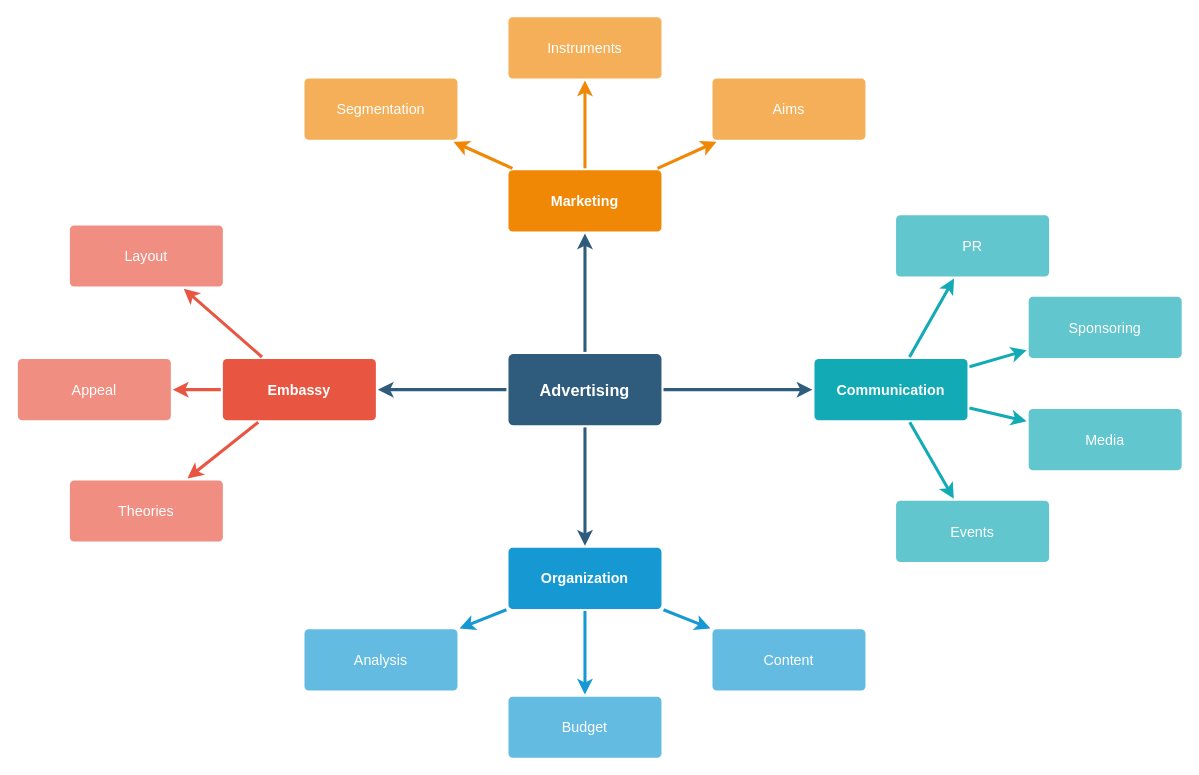
Above: flow/Untitled Diagram.drawio in atorzhang/Document (draw.io), before the change. Source tidied: cells renumbered, new cells numbered last; positions are measured from the earlier drawing's top-left corner, leaving out a move shared by most shapes. Both pictures are drawn from the tidied source at 102%, with x=0, y=0 at pixel (17, 16).
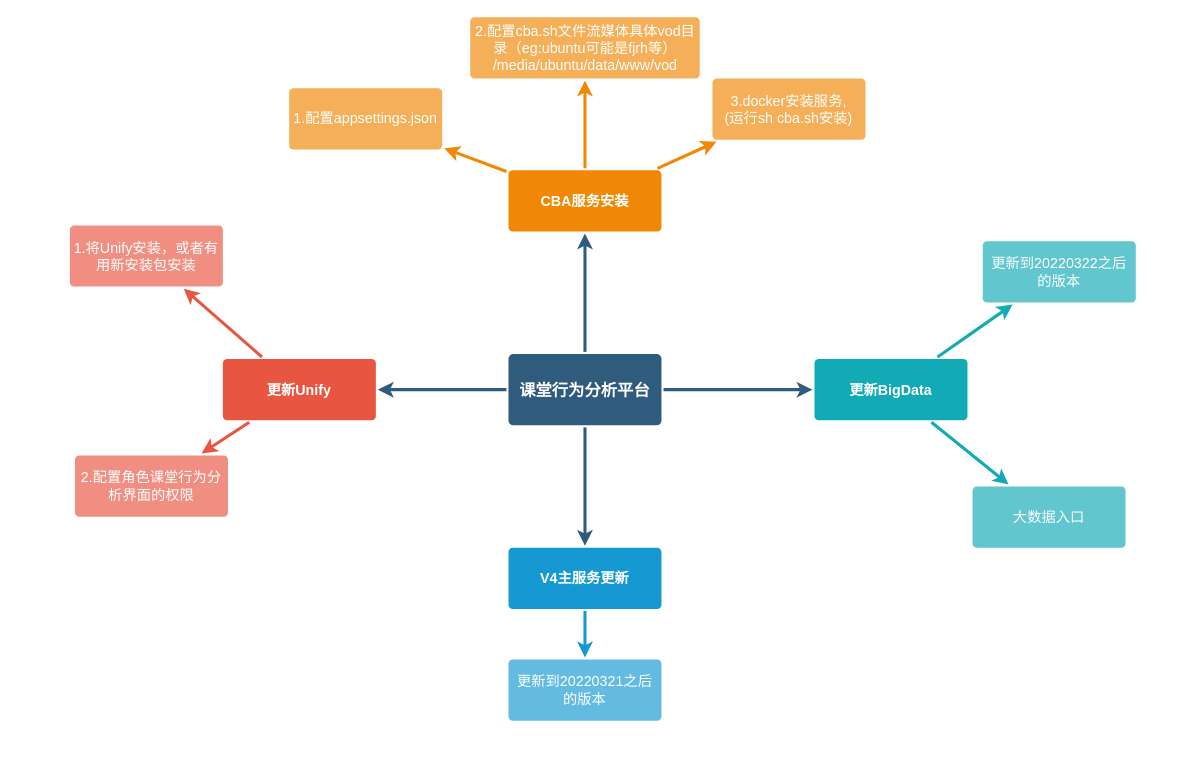
After the change.

Diff of the diagram source:
```diff
@@
-    <mxCell id="6" value="Advertising" style="rounded=1;whiteSpace=wrap;html=1;shadow=0;labelBackgroundColor=none;strokeColor=none;strokeWidth=3;fillColor=#2F5B7C;fontFamily=Helvetica;fontSize=16;fontColor=#FFFFFF;align=center;fontStyle=1;spacing=5;arcSize=7;perimeterSpacing=2;" parent="1" vertex="1">
+    <mxCell id="6" value="课堂行为分析平台" style="rounded=1;whiteSpace=wrap;html=1;shadow=0;labelBackgroundColor=none;strokeColor=none;strokeWidth=3;fillColor=#2F5B7C;fontFamily=Helvetica;fontSize=16;fontColor=#FFFFFF;align=center;fontStyle=1;spacing=5;arcSize=7;perimeterSpacing=2;" parent="1" vertex="1">
       <mxGeometry x="481" y="330.5" width="150" height="70" as="geometry" />
     </mxCell>
@@
-    <mxCell id="9" style="edgeStyle=none;rounded=1;jumpStyle=none;html=1;shadow=0;labelBackgroundColor=none;startArrow=none;startFill=0;jettySize=auto;strokeColor=#E85642;strokeWidth=3;fontFamily=Helvetica;fontSize=14;fontColor=#FFFFFF;spacing=5;fontStyle=1;fillColor=#b0e3e6;" parent="1" edge="1" source="10" target="11">
-      <mxGeometry relative="1" as="geometry" />
-    </mxCell>
-    <mxCell id="10" value="Embassy" style="rounded=1;whiteSpace=wrap;html=1;shadow=0;labelBackgroundColor=none;strokeColor=none;strokeWidth=3;fillColor=#e85642;fontFamily=Helvetica;fontSize=14;fontColor=#FFFFFF;align=center;spacing=5;fontStyle=1;arcSize=7;perimeterSpacing=2;" parent="1" vertex="1">
+    <mxCell id="10" value="更新Unify" style="rounded=1;whiteSpace=wrap;html=1;shadow=0;labelBackgroundColor=none;strokeColor=none;strokeWidth=3;fillColor=#e85642;fontFamily=Helvetica;fontSize=14;fontColor=#FFFFFF;align=center;spacing=5;fontStyle=1;arcSize=7;perimeterSpacing=2;" parent="1" vertex="1">
       <mxGeometry x="201" y="335.5" width="150" height="60" as="geometry" />
     </mxCell>
-    <mxCell id="11" value="Theories" style="rounded=1;whiteSpace=wrap;html=1;shadow=0;labelBackgroundColor=none;strokeColor=none;strokeWidth=3;fillColor=#f08e81;fontFamily=Helvetica;fontSize=14;fontColor=#FFFFFF;align=center;spacing=5;fontStyle=0;arcSize=7;perimeterSpacing=2;" parent="1" vertex="1">
-      <mxGeometry x="51" y="454.5" width="150" height="60" as="geometry" />
-    </mxCell>
-    <mxCell id="12" value="Appeal" style="rounded=1;whiteSpace=wrap;html=1;shadow=0;labelBackgroundColor=none;strokeColor=none;strokeWidth=3;fillColor=#f08e81;fontFamily=Helvetica;fontSize=14;fontColor=#FFFFFF;align=center;spacing=5;fontStyle=0;arcSize=7;perimeterSpacing=2;" parent="1" vertex="1">
-      <mxGeometry y="335.5" width="150" height="60" as="geometry" />
+    <mxCell id="12" value="2.配置角色课堂行为分析界面的权限" style="rounded=1;whiteSpace=wrap;html=1;shadow=0;labelBackgroundColor=none;strokeColor=none;strokeWidth=3;fillColor=#f08e81;fontFamily=Helvetica;fontSize=14;fontColor=#FFFFFF;align=center;spacing=5;fontStyle=0;arcSize=7;perimeterSpacing=2;" parent="1" vertex="1">
+      <mxGeometry x="56" y="430" width="150" height="60" as="geometry" />
     </mxCell>
-    <mxCell id="13" value="Layout" style="rounded=1;whiteSpace=wrap;html=1;shadow=0;labelBackgroundColor=none;strokeColor=none;strokeWidth=3;fillColor=#f08e81;fontFamily=Helvetica;fontSize=14;fontColor=#FFFFFF;align=center;spacing=5;fontStyle=0;arcSize=7;perimeterSpacing=2;" parent="1" vertex="1">
+    <mxCell id="13" value="1.将Unify安装，或者有用新安装包安装" style="rounded=1;whiteSpace=wrap;html=1;shadow=0;labelBackgroundColor=none;strokeColor=none;strokeWidth=3;fillColor=#f08e81;fontFamily=Helvetica;fontSize=14;fontColor=#FFFFFF;align=center;spacing=5;fontStyle=0;arcSize=7;perimeterSpacing=2;" parent="1" vertex="1">
       <mxGeometry x="51" y="204.5" width="150" height="60" as="geometry" />
     </mxCell>
-    <mxCell id="14" style="edgeStyle=none;rounded=0;jumpStyle=none;html=1;shadow=0;labelBackgroundColor=none;startArrow=none;startFill=0;endArrow=classic;endFill=1;jettySize=auto;strokeColor=#1699D3;strokeWidth=3;fontFamily=Helvetica;fontSize=14;fontColor=#FFFFFF;spacing=5;" parent="1" edge="1" source="17" target="20">
-      <mxGeometry relative="1" as="geometry" />
-    </mxCell>
-    <mxCell id="15" style="edgeStyle=none;rounded=0;jumpStyle=none;html=1;shadow=0;labelBackgroundColor=none;startArrow=none;startFill=0;endArrow=classic;endFill=1;jettySize=auto;strokeColor=#1699D3;strokeWidth=3;fontFamily=Helvetica;fontSize=14;fontColor=#FFFFFF;spacing=5;" parent="1" edge="1" source="17" target="19">
-      <mxGeometry relative="1" as="geometry" />
-    </mxCell>
@@
-    <mxCell id="17" value="Organization" style="rounded=1;whiteSpace=wrap;html=1;shadow=0;labelBackgroundColor=none;strokeColor=none;strokeWidth=3;fillColor=#1699d3;fontFamily=Helvetica;fontSize=14;fontColor=#FFFFFF;align=center;spacing=5;fontStyle=1;arcSize=7;perimeterSpacing=2;" parent="1" vertex="1">
+    <mxCell id="17" value="V4主服务更新" style="rounded=1;whiteSpace=wrap;html=1;shadow=0;labelBackgroundColor=none;strokeColor=none;strokeWidth=3;fillColor=#1699d3;fontFamily=Helvetica;fontSize=14;fontColor=#FFFFFF;align=center;spacing=5;fontStyle=1;arcSize=7;perimeterSpacing=2;" parent="1" vertex="1">
       <mxGeometry x="481" y="520.5" width="150" height="60" as="geometry" />
     </mxCell>
-    <mxCell id="18" value="Content" style="rounded=1;whiteSpace=wrap;html=1;shadow=0;labelBackgroundColor=none;strokeColor=none;strokeWidth=3;fillColor=#64bbe2;fontFamily=Helvetica;fontSize=14;fontColor=#FFFFFF;align=center;spacing=5;arcSize=7;perimeterSpacing=2;" parent="1" vertex="1">
-      <mxGeometry x="681" y="600.5" width="150" height="60" as="geometry" />
+    <mxCell id="18" value="更新到20220321之后的版本" style="rounded=1;whiteSpace=wrap;html=1;shadow=0;labelBackgroundColor=none;strokeColor=none;strokeWidth=3;fillColor=#64bbe2;fontFamily=Helvetica;fontSize=14;fontColor=#FFFFFF;align=center;spacing=5;arcSize=7;perimeterSpacing=2;" parent="1" vertex="1">
+      <mxGeometry x="481" y="630" width="150" height="60" as="geometry" />
     </mxCell>
-    <mxCell id="19" value="Budget" style="rounded=1;whiteSpace=wrap;html=1;shadow=0;labelBackgroundColor=none;strokeColor=none;strokeWidth=3;fillColor=#64bbe2;fontFamily=Helvetica;fontSize=14;fontColor=#FFFFFF;align=center;spacing=5;arcSize=7;perimeterSpacing=2;" parent="1" vertex="1">
-      <mxGeometry x="481" y="666.5" width="150" height="60" as="geometry" />
-    </mxCell>
-    <mxCell id="20" value="Analysis" style="rounded=1;whiteSpace=wrap;html=1;shadow=0;labelBackgroundColor=none;strokeColor=none;strokeWidth=3;fillColor=#64bbe2;fontFamily=Helvetica;fontSize=14;fontColor=#FFFFFF;align=center;spacing=5;arcSize=7;perimeterSpacing=2;" parent="1" vertex="1">
-      <mxGeometry x="281" y="600.5" width="150" height="60" as="geometry" />
-    </mxCell>
-    <mxCell id="21" value="Marketing" style="rounded=1;whiteSpace=wrap;html=1;shadow=0;labelBackgroundColor=none;strokeColor=none;strokeWidth=3;fillColor=#F08705;fontFamily=Helvetica;fontSize=14;fontColor=#FFFFFF;align=center;spacing=5;fontStyle=1;arcSize=7;perimeterSpacing=2;" parent="1" vertex="1">
+    <mxCell id="21" value="CBA服务安装" style="rounded=1;whiteSpace=wrap;html=1;shadow=0;labelBackgroundColor=none;strokeColor=none;strokeWidth=3;fillColor=#F08705;fontFamily=Helvetica;fontSize=14;fontColor=#FFFFFF;align=center;spacing=5;fontStyle=1;arcSize=7;perimeterSpacing=2;" parent="1" vertex="1">
       <mxGeometry x="481" y="150.5" width="150" height="60" as="geometry" />
     </mxCell>
-    <mxCell id="22" value="Aims&lt;br&gt;" style="rounded=1;whiteSpace=wrap;html=1;shadow=0;labelBackgroundColor=none;strokeColor=none;strokeWidth=3;fillColor=#f5af58;fontFamily=Helvetica;fontSize=14;fontColor=#FFFFFF;align=center;spacing=5;arcSize=7;perimeterSpacing=2;" parent="1" vertex="1">
+    <mxCell id="22" value="3.docker安装服务,&lt;br&gt;(运行sh cba.sh安装)" style="rounded=1;whiteSpace=wrap;html=1;shadow=0;labelBackgroundColor=none;strokeColor=none;strokeWidth=3;fillColor=#f5af58;fontFamily=Helvetica;fontSize=14;fontColor=#FFFFFF;align=center;spacing=5;arcSize=7;perimeterSpacing=2;" parent="1" vertex="1">
       <mxGeometry x="681" y="60.5" width="150" height="60" as="geometry" />
     </mxCell>
@@
-    <mxCell id="24" value="Instruments" style="rounded=1;whiteSpace=wrap;html=1;shadow=0;labelBackgroundColor=none;strokeColor=none;strokeWidth=3;fillColor=#f5af58;fontFamily=Helvetica;fontSize=14;fontColor=#FFFFFF;align=center;spacing=5;arcSize=7;perimeterSpacing=2;" parent="1" vertex="1">
-      <mxGeometry x="481" y="0.5" width="150" height="60" as="geometry" />
+    <mxCell id="24" value="2.配置cba.sh文件流媒体具体vod目录（eg:ubuntu可能是fjrh等）&lt;br&gt;/media/ubuntu/data/www/vod" style="rounded=1;whiteSpace=wrap;html=1;shadow=0;labelBackgroundColor=none;strokeColor=none;strokeWidth=3;fillColor=#f5af58;fontFamily=Helvetica;fontSize=14;fontColor=#FFFFFF;align=center;spacing=5;arcSize=7;perimeterSpacing=2;" parent="1" vertex="1">
+      <mxGeometry x="443.5" y="0.5" width="225" height="60" as="geometry" />
     </mxCell>
@@
-    <mxCell id="26" value="Segmentation" style="rounded=1;whiteSpace=wrap;html=1;shadow=0;labelBackgroundColor=none;strokeColor=none;strokeWidth=3;fillColor=#f5af58;fontFamily=Helvetica;fontSize=14;fontColor=#FFFFFF;align=center;spacing=5;arcSize=7;perimeterSpacing=2;" parent="1" vertex="1">
-      <mxGeometry x="281" y="60.5" width="150" height="60" as="geometry" />
+    <mxCell id="26" value="1.配置appsettings.json" style="rounded=1;whiteSpace=wrap;html=1;shadow=0;labelBackgroundColor=none;strokeColor=none;strokeWidth=3;fillColor=#f5af58;fontFamily=Helvetica;fontSize=14;fontColor=#FFFFFF;align=center;spacing=5;arcSize=7;perimeterSpacing=2;" parent="1" vertex="1">
+      <mxGeometry x="266" y="70" width="150" height="60" as="geometry" />
     </mxCell>
@@
-    <mxCell id="28" value="Communication" style="rounded=1;whiteSpace=wrap;html=1;shadow=0;labelBackgroundColor=none;strokeColor=none;strokeWidth=3;fillColor=#12aab5;fontFamily=Helvetica;fontSize=14;fontColor=#FFFFFF;align=center;spacing=5;fontStyle=1;arcSize=7;perimeterSpacing=2;" parent="1" vertex="1">
+    <mxCell id="28" value="更新BigData" style="rounded=1;whiteSpace=wrap;html=1;shadow=0;labelBackgroundColor=none;strokeColor=none;strokeWidth=3;fillColor=#12aab5;fontFamily=Helvetica;fontSize=14;fontColor=#FFFFFF;align=center;spacing=5;fontStyle=1;arcSize=7;perimeterSpacing=2;" parent="1" vertex="1">
       <mxGeometry x="781" y="335.5" width="150" height="60" as="geometry" />
     </mxCell>
-    <mxCell id="29" value="Events" style="rounded=1;whiteSpace=wrap;html=1;shadow=0;labelBackgroundColor=none;strokeColor=none;strokeWidth=3;fillColor=#61c6ce;fontFamily=Helvetica;fontSize=14;fontColor=#FFFFFF;align=center;spacing=5;fontStyle=0;arcSize=7;perimeterSpacing=2;" parent="1" vertex="1">
-      <mxGeometry x="861" y="474.5" width="150" height="60" as="geometry" />
+    <mxCell id="29" value="大数据入口" style="rounded=1;whiteSpace=wrap;html=1;shadow=0;labelBackgroundColor=none;strokeColor=none;strokeWidth=3;fillColor=#61c6ce;fontFamily=Helvetica;fontSize=14;fontColor=#FFFFFF;align=center;spacing=5;fontStyle=0;arcSize=7;perimeterSpacing=2;" parent="1" vertex="1">
+      <mxGeometry x="936" y="460.5" width="150" height="60" as="geometry" />
     </mxCell>
@@
-    <mxCell id="31" value="Media" style="rounded=1;whiteSpace=wrap;html=1;shadow=0;labelBackgroundColor=none;strokeColor=none;strokeWidth=3;fillColor=#61c6ce;fontFamily=Helvetica;fontSize=14;fontColor=#FFFFFF;align=center;spacing=5;fontStyle=0;arcSize=7;perimeterSpacing=2;" parent="1" vertex="1">
-      <mxGeometry x="991" y="384.5" width="150" height="60" as="geometry" />
-    </mxCell>
-    <mxCell id="32" style="edgeStyle=none;rounded=1;jumpStyle=none;html=1;shadow=0;labelBackgroundColor=none;startArrow=none;startFill=0;jettySize=auto;strokeColor=#12AAB5;strokeWidth=3;fontFamily=Helvetica;fontSize=14;fontColor=#FFFFFF;spacing=5;fontStyle=1;fillColor=#b0e3e6;" parent="1" edge="1" source="28" target="31">
-      <mxGeometry relative="1" as="geometry" />
-    </mxCell>
-    <mxCell id="33" value="Sponsoring" style="rounded=1;whiteSpace=wrap;html=1;shadow=0;labelBackgroundColor=none;strokeColor=none;strokeWidth=3;fillColor=#61c6ce;fontFamily=Helvetica;fontSize=14;fontColor=#FFFFFF;align=center;spacing=5;fontStyle=0;arcSize=7;perimeterSpacing=2;" parent="1" vertex="1">
-      <mxGeometry x="991" y="274.5" width="150" height="60" as="geometry" />
+    <mxCell id="33" value="更新到20220322之后的版本" style="rounded=1;whiteSpace=wrap;html=1;shadow=0;labelBackgroundColor=none;strokeColor=none;strokeWidth=3;fillColor=#61c6ce;fontFamily=Helvetica;fontSize=14;fontColor=#FFFFFF;align=center;spacing=5;fontStyle=0;arcSize=7;perimeterSpacing=2;" parent="1" vertex="1">
+      <mxGeometry x="946" y="220" width="150" height="60" as="geometry" />
     </mxCell>
@@
-    <mxCell id="35" value="PR" style="rounded=1;whiteSpace=wrap;html=1;shadow=0;labelBackgroundColor=none;strokeColor=none;strokeWidth=3;fillColor=#61c6ce;fontFamily=Helvetica;fontSize=14;fontColor=#FFFFFF;align=center;spacing=5;fontStyle=0;arcSize=7;perimeterSpacing=2;" parent="1" vertex="1">
-      <mxGeometry x="861" y="194.5" width="150" height="60" as="geometry" />
-    </mxCell>
-    <mxCell id="36" style="edgeStyle=none;rounded=1;jumpStyle=none;html=1;shadow=0;labelBackgroundColor=none;startArrow=none;startFill=0;jettySize=auto;strokeColor=#12AAB5;strokeWidth=3;fontFamily=Helvetica;fontSize=14;fontColor=#FFFFFF;spacing=5;fontStyle=1;fillColor=#b0e3e6;" parent="1" edge="1" source="28" target="35">
-      <mxGeometry relative="1" as="geometry" />
-    </mxCell>
```
